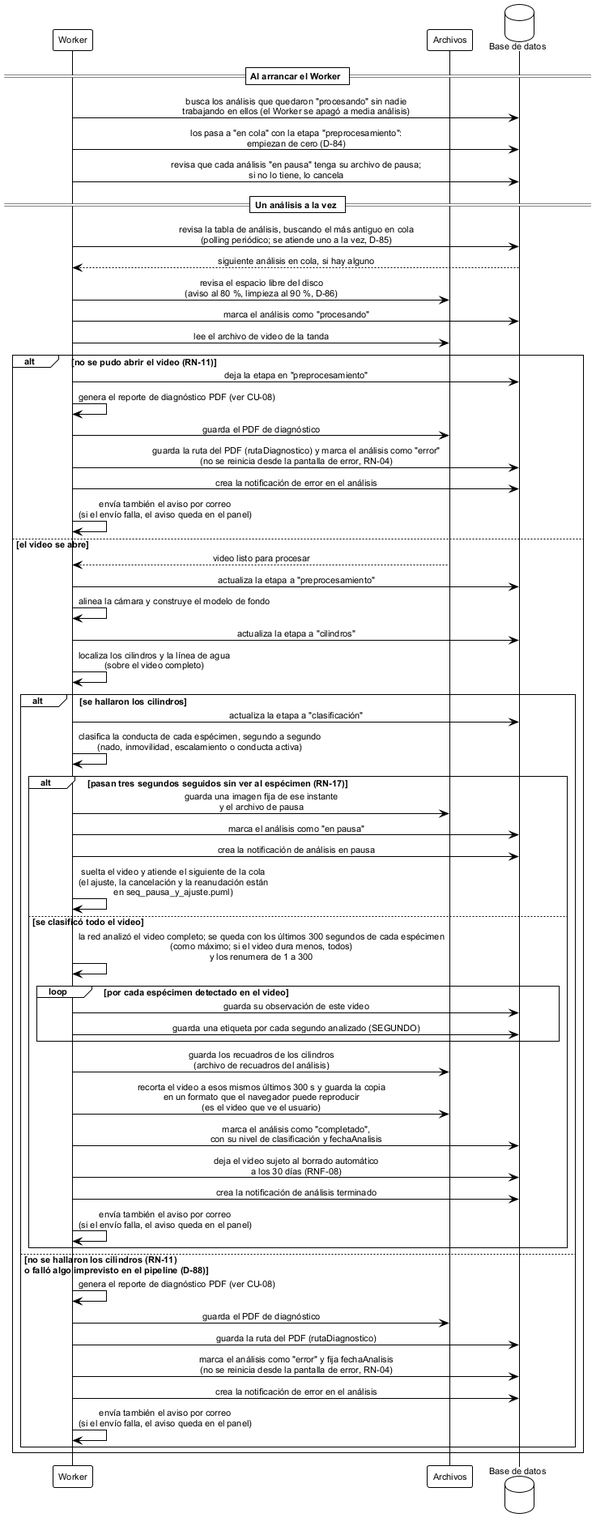
Above: figures/diagramas/seq_analisis_automatico.png in ErickJester/fst-ai-system-latex (PlantUML), before the change.
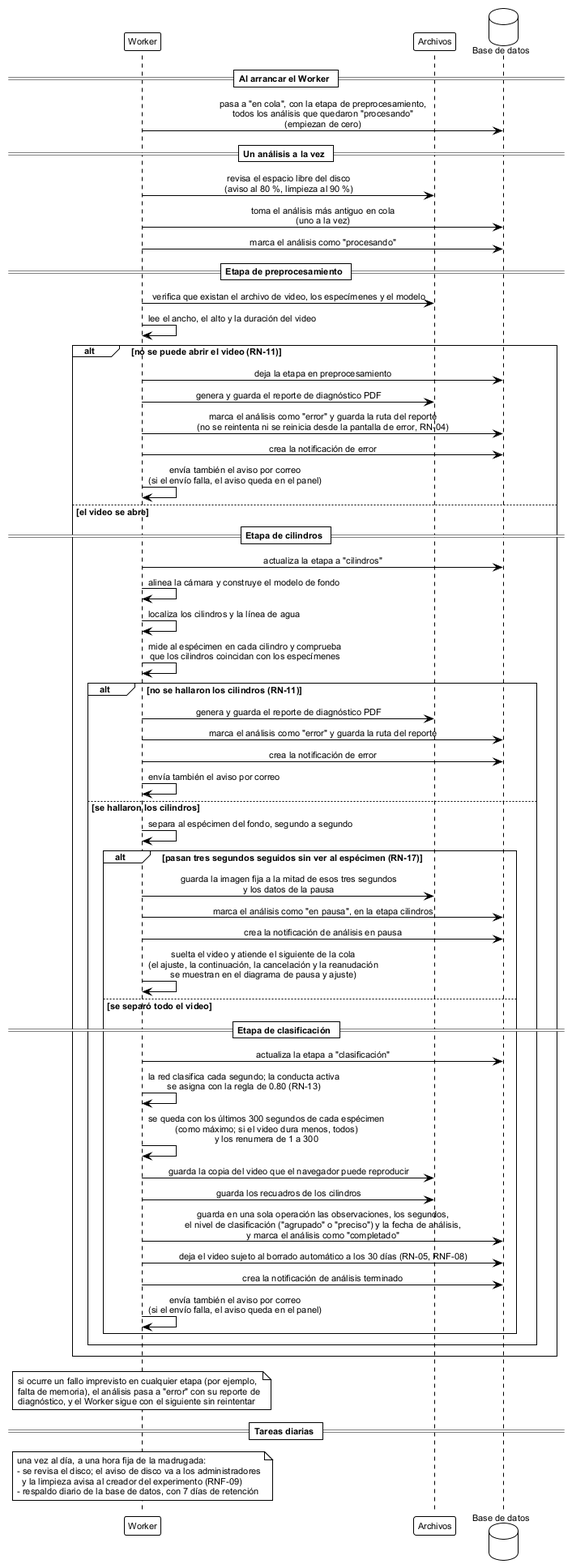
The same diagram one commit later.

The edit, as a diff of the source:
```diff
@@ -13,69 +13,80 @@
 
 == Al arrancar el Worker ==
 
-w -> db: busca los análisis que quedaron "procesando" sin nadie\ntrabajando en ellos (el Worker se apagó a media análisis)
-w -> db: los pasa a "en cola" con la etapa "preprocesamiento":\nempiezan de cero (D-84)
-w -> db: revisa que cada análisis "en pausa" tenga su archivo de pausa;\nsi no lo tiene, lo cancela
+w -> db: pasa a "en cola", con la etapa de preprocesamiento,\ntodos los análisis que quedaron "procesando"\n(empiezan de cero)
 
 == Un análisis a la vez ==
 
-w -> db: revisa la tabla de análisis, buscando el más antiguo en cola\n(polling periódico; se atiende uno a la vez, D-85)
-db --> w: siguiente análisis en cola, si hay alguno
-w -> fs: revisa el espacio libre del disco\n(aviso al 80 %, limpieza al 90 %, D-86)
+w -> fs: revisa el espacio libre del disco\n(aviso al 80 %, limpieza al 90 %)
+w -> db: toma el análisis más antiguo en cola\n(uno a la vez)
 w -> db: marca el análisis como "procesando"
 
-w -> fs: lee el archivo de video de la tanda
+== Etapa de preprocesamiento ==
 
-alt no se pudo abrir el video (RN-11)
-  w -> db: deja la etapa en "preprocesamiento"
-  w -> w: genera el reporte de diagnóstico PDF (ver CU-08)
-  w -> fs: guarda el PDF de diagnóstico
-  w -> db: guarda la ruta del PDF (rutaDiagnostico) y marca el análisis como "error"\n(no se reinicia desde la pantalla de error, RN-04)
-  w -> db: crea la notificación de error en el análisis
+w -> fs: verifica que existan el archivo de video, los especímenes y el modelo
+w -> w: lee el ancho, el alto y la duración del video
+
+alt no se puede abrir el video (RN-11)
+  w -> db: deja la etapa en preprocesamiento
+  w -> fs: genera y guarda el reporte de diagnóstico PDF
+  w -> db: marca el análisis como "error" y guarda la ruta del reporte\n(no se reintenta ni se reinicia desde la pantalla de error, RN-04)
+  w -> db: crea la notificación de error
   w -> w: envía también el aviso por correo\n(si el envío falla, el aviso queda en el panel)
 else el video se abre
-fs --> w: video listo para procesar
 
-w -> db: actualiza la etapa a "preprocesamiento"
-w -> w: alinea la cámara y construye el modelo de fondo
+  == Etapa de cilindros ==
 
-w -> db: actualiza la etapa a "cilindros"
-w -> w: localiza los cilindros y la línea de agua\n(sobre el video completo)
+  w -> db: actualiza la etapa a "cilindros"
+  w -> w: alinea la cámara y construye el modelo de fondo
+  w -> w: localiza los cilindros y la línea de agua
+  w -> w: mide al espécimen en cada cilindro y comprueba\nque los cilindros coincidan con los especímenes
 
-alt se hallaron los cilindros
-  w -> db: actualiza la etapa a "clasificación"
-  w -> w: clasifica la conducta de cada espécimen, segundo a segundo\n(nado, inmovilidad, escalamiento o conducta activa)
-  alt pasan tres segundos seguidos sin ver al espécimen (RN-17)
-    w -> fs: guarda una imagen fija de ese instante\ny el archivo de pausa
-    w -> db: marca el análisis como "en pausa"
-    w -> db: crea la notificación de análisis en pausa
-    w -> w: suelta el video y atiende el siguiente de la cola\n(el ajuste, la cancelación y la reanudación están\nen seq_pausa_y_ajuste.puml)
-  else se clasificó todo el video
+  alt no se hallaron los cilindros (RN-11)
+    w -> fs: genera y guarda el reporte de diagnóstico PDF
+    w -> db: marca el análisis como "error" y guarda la ruta del reporte
+    w -> db: crea la notificación de error
+    w -> w: envía también el aviso por correo
+  else se hallaron los cilindros
+    w -> w: separa al espécimen del fondo, segundo a segundo
 
-    w -> w: la red analizó el video completo; se queda con los últimos 300 segundos de cada espécimen\n(como máximo; si el video dura menos, todos)\ny los renumera de 1 a 300
+    alt pasan tres segundos seguidos sin ver al espécimen (RN-17)
+      w -> fs: guarda la imagen fija a la mitad de esos tres segundos\ny los datos de la pausa
+      w -> db: marca el análisis como "en pausa", en la etapa cilindros
+      w -> db: crea la notificación de análisis en pausa
+      w -> w: suelta el video y atiende el siguiente de la cola\n(el ajuste, la continuación, la cancelación y la reanudación\nse muestran en el diagrama de pausa y ajuste)
+    else se separó todo el video
 
-    loop por cada espécimen detectado en el video
-      w -> db: guarda su observación de este video
-      w -> db: guarda una etiqueta por cada segundo analizado (SEGUNDO)
+      == Etapa de clasificación ==
+
+      w -> db: actualiza la etapa a "clasificación"
+      w -> w: la red clasifica cada segundo; la conducta activa\nse asigna con la regla de 0.80 (RN-13)
+
+      w -> w: se queda con los últimos 300 segundos de cada espécimen\n(como máximo; si el video dura menos, todos)\ny los renumera de 1 a 300
+
+      w -> fs: guarda la copia del video que el navegador puede reproducir
+      w -> fs: guarda los recuadros de los cilindros
+
+      w -> db: guarda en una sola operación las observaciones, los segundos,\nel nivel de clasificación ("agrupado" o "preciso") y la fecha de análisis,\ny marca el análisis como "completado"
+      w -> db: deja el video sujeto al borrado automático a los 30 días (RN-05, RNF-08)
+      w -> db: crea la notificación de análisis terminado
+      w -> w: envía también el aviso por correo\n(si el envío falla, el aviso queda en el panel)
     end
-
-    w -> fs: guarda los recuadros de los cilindros\n(archivo de recuadros del análisis)
-    w -> fs: recorta el video a esos mismos últimos 300 s y guarda la copia\nen un formato que el navegador puede reproducir\n(es el video que ve el usuario)
-
-    w -> db: marca el análisis como "completado",\ncon su nivel de clasificación y fechaAnalisis
-    w -> db: deja el video sujeto al borrado automático\na los 30 días (RNF-08)
-    w -> db: crea la notificación de análisis terminado
-    w -> w: envía también el aviso por correo\n(si el envío falla, el aviso queda en el panel)
   end
-else no se hallaron los cilindros (RN-11)\no falló algo imprevisto en el pipeline (D-88)
-  w -> w: genera el reporte de diagnóstico PDF (ver CU-08)
-  w -> fs: guarda el PDF de diagnóstico
-  w -> db: guarda la ruta del PDF (rutaDiagnostico)
-  w -> db: marca el análisis como "error" y fija fechaAnalisis\n(no se reinicia desde la pantalla de error, RN-04)
-  w -> db: crea la notificación de error en el análisis
-  w -> w: envía también el aviso por correo\n(si el envío falla, el aviso queda en el panel)
 end
 
-end
+note over w
+  si ocurre un fallo imprevisto en cualquier etapa (por ejemplo,
+  falta de memoria), el análisis pasa a "error" con su reporte de
+  diagnóstico, y el Worker sigue con el siguiente sin reintentar
+end note
+
+== Tareas diarias ==
+
+note over w
+  una vez al día, a una hora fija de la madrugada:
+  - se revisa el disco; el aviso de disco va a los administradores
+    y la limpieza avisa al creador del experimento (RNF-09)
+  - respaldo diario de la base de datos, con 7 días de retención
+end note
 
 @enduml
```
